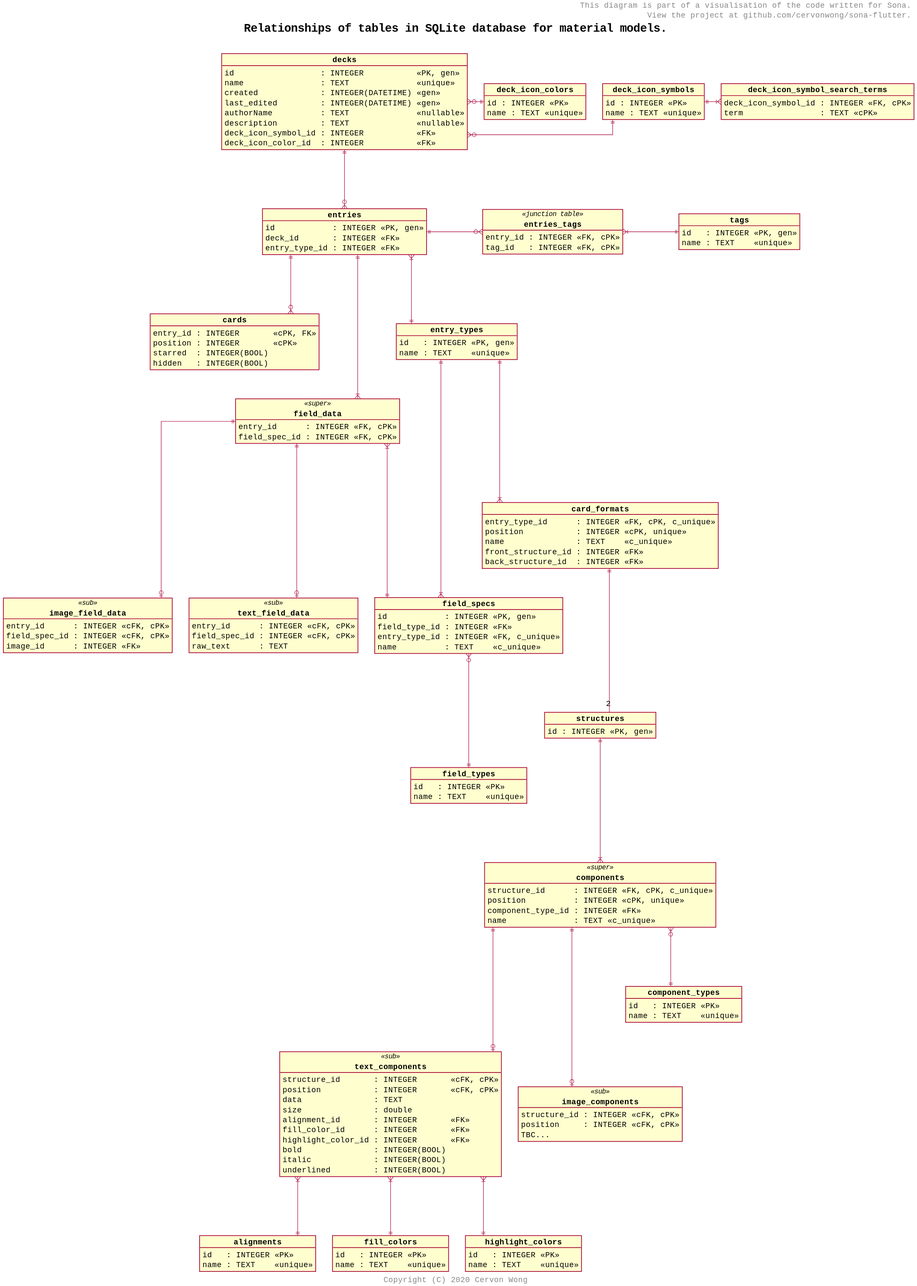
Earlier version of the PlantUML export puml/material_database.svg (cervonwong/sona-flutter).
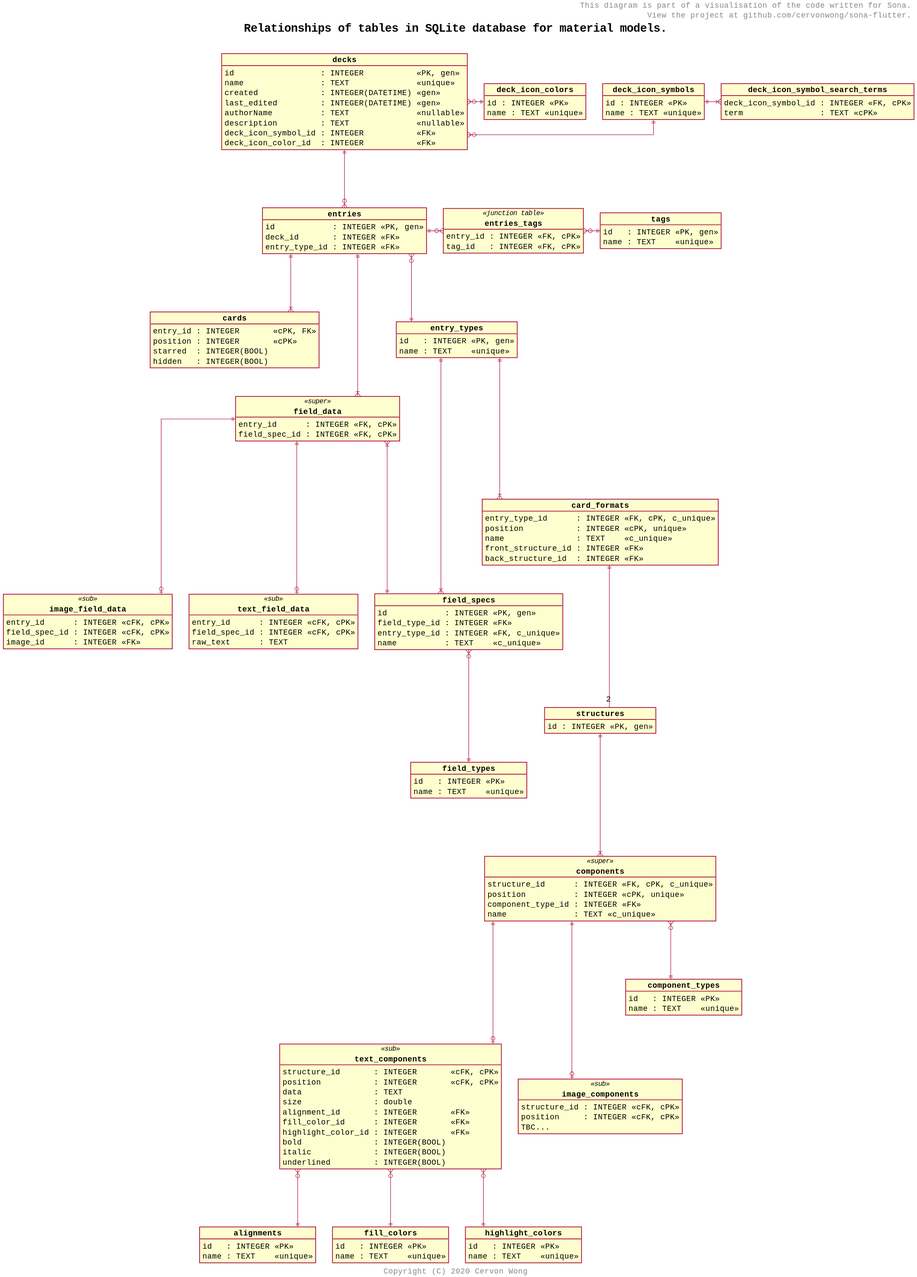
After the commit.

Commit message:
Docs(puml): Fix incorrect arrows, especially for 0..* and 1..*

Change to the diagram source:
```diff
@@ -159,17 +159,17 @@
 
 decks             }o-||      deck_icon_symbols
 decks             }o-||      deck_icon_colors
-deck_icon_symbols ||-|{ deck_icon_symbol_search_terms
+deck_icon_symbols ||-|{      deck_icon_symbol_search_terms
 decks             ||---o{    entries
-entries           ||---o{    cards
-entries           ||-o{      entries_tags : \t
-entries_tags      }|-||      tags : \t
+entries           ||---|{    cards
+entries           ||-o{      entries_tags
+entries_tags      }o-||      tags
 field_specs       }o----||   field_types
 field_data        ||----o|   text_field_data
 field_data        ||----o|   image_field_data
 field_data        }|----||   field_specs
 entries           ||----|{   field_data
-entries           }|---||    entry_types
+entries           }o---||    entry_types
 entry_types       ||----|{   field_specs
 entry_types       ||----|{   card_formats
 card_formats      ||---- "2" structures
@@ -177,8 +177,8 @@
 components        }o---||    component_types
 components        ||----o|   text_components
 components        ||----o|   image_components
-text_components   }|---||    alignments
-text_components   }|---||    fill_colors
-text_components   }|---||    highlight_colors
+text_components   }o---||    alignments
+text_components   }o---||    fill_colors
+text_components   }o---||    highlight_colors
 
 @enduml
```
